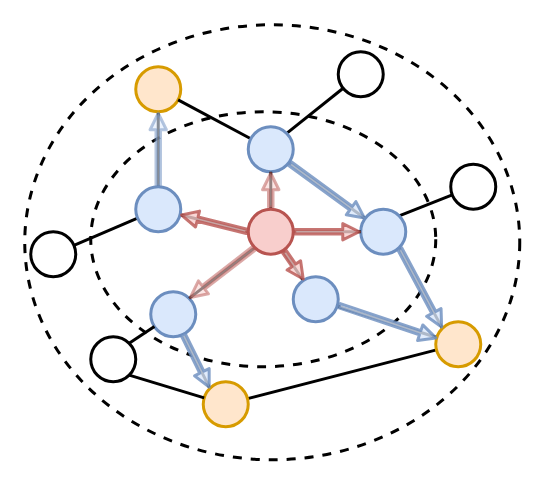
The draw.io diagram page "random_walk_sampling" (8 of 9) of attention embedding.drawio in zjtone/RL-Note, before the edit. Source tidied: cells renumbered, new cells numbered last; positions are measured from the earlier drawing's top-left corner, leaving out a move shared by most shapes. Both pictures are drawn from the tidied source at 150%, with x=0, y=0 at pixel (24, 24).
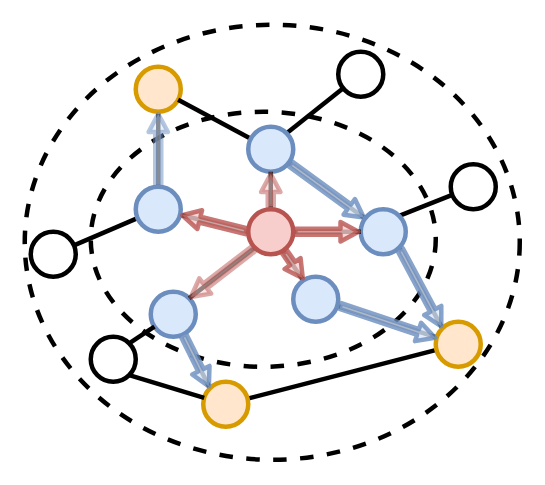
Above is the later version.

What changed in the source:
```diff
@@
-    <mxCell id="2" style="ellipse;whiteSpace=wrap;html=1;dashed=1;fillColor=none;fontStyle=0;strokeWidth=2;" parent="1" vertex="1">
+    <mxCell id="2" style="ellipse;whiteSpace=wrap;html=1;dashed=1;fillColor=none;fontStyle=0;strokeWidth=3;" parent="1" vertex="1">
       <mxGeometry width="330" height="290" as="geometry" />
     </mxCell>
-    <mxCell id="3" style="ellipse;whiteSpace=wrap;html=1;dashed=1;fillColor=none;fontStyle=0;strokeWidth=2;" parent="1" vertex="1">
+    <mxCell id="3" style="ellipse;whiteSpace=wrap;html=1;dashed=1;fillColor=none;fontStyle=0;strokeWidth=3;" parent="1" vertex="1">
       <mxGeometry x="44" y="58" width="230" height="170" as="geometry" />
     </mxCell>
-    <mxCell id="4" style="edgeStyle=none;rounded=0;jettySize=auto;html=1;endArrow=none;endFill=0;opacity=80;fontStyle=0;strokeWidth=2;" parent="1" edge="1" source="5">
+    <mxCell id="4" style="edgeStyle=none;rounded=0;jettySize=auto;html=1;endArrow=none;endFill=0;opacity=80;fontStyle=0;strokeWidth=3;" parent="1" edge="1" source="5">
       <mxGeometry relative="1" as="geometry">
         <mxPoint x="89" y="112" as="targetPoint" />
       </mxGeometry>
     </mxCell>
-    <mxCell id="5" style="ellipse;whiteSpace=wrap;html=1;fontStyle=0;strokeWidth=2;fillColor=#ffe6cc;strokeColor=#d79b00;" parent="1" vertex="1">
+    <mxCell id="5" style="ellipse;whiteSpace=wrap;html=1;fontStyle=0;strokeWidth=3;fillColor=#ffe6cc;strokeColor=#d79b00;" parent="1" vertex="1">
       <mxGeometry x="74" y="28" width="30" height="30" as="geometry" />
     </mxCell>
-    <mxCell id="6" style="edgeStyle=none;rounded=0;jettySize=auto;html=1;endArrow=none;endFill=0;fontStyle=0;strokeWidth=2;" parent="1" edge="1" source="9" target="5">
+    <mxCell id="6" style="edgeStyle=none;rounded=0;jettySize=auto;html=1;endArrow=none;endFill=0;fontStyle=0;strokeWidth=3;" parent="1" edge="1" source="9" target="5">
       <mxGeometry relative="1" as="geometry" />
     </mxCell>
-    <mxCell id="7" style="edgeStyle=none;rounded=0;jettySize=auto;html=1;endArrow=none;endFill=0;fontStyle=0;strokeWidth=2;" parent="1" edge="1" source="9" target="14">
+    <mxCell id="7" style="edgeStyle=none;rounded=0;jettySize=auto;html=1;endArrow=none;endFill=0;fontStyle=0;strokeWidth=3;" parent="1" edge="1" source="9" target="14">
       <mxGeometry relative="1" as="geometry" />
     </mxCell>
-    <mxCell id="8" style="edgeStyle=none;rounded=0;jettySize=auto;html=1;exitX=1;exitY=0;exitDx=0;exitDy=0;endArrow=none;endFill=0;fontStyle=0;strokeWidth=2;" parent="1" edge="1" source="9" target="28">
+    <mxCell id="8" style="edgeStyle=none;rounded=0;jettySize=auto;html=1;exitX=1;exitY=0;exitDx=0;exitDy=0;endArrow=none;endFill=0;fontStyle=0;strokeWidth=3;" parent="1" edge="1" source="9" target="28">
       <mxGeometry relative="1" as="geometry" />
     </mxCell>
-    <mxCell id="9" style="ellipse;whiteSpace=wrap;html=1;fontStyle=0;strokeWidth=2;fillColor=#dae8fc;strokeColor=#6c8ebf;" parent="1" vertex="1">
+    <mxCell id="9" style="ellipse;whiteSpace=wrap;html=1;fontStyle=0;strokeWidth=3;fillColor=#dae8fc;strokeColor=#6c8ebf;" parent="1" vertex="1">
       <mxGeometry x="149" y="68" width="30" height="30" as="geometry" />
     </mxCell>
-    <mxCell id="10" style="edgeStyle=none;rounded=0;jettySize=auto;html=1;entryX=0;entryY=0;entryDx=0;entryDy=0;endArrow=none;endFill=0;fontStyle=0;strokeWidth=2;" parent="1" edge="1" source="11" target="16">
+    <mxCell id="10" style="edgeStyle=none;rounded=0;jettySize=auto;html=1;entryX=0;entryY=0;entryDx=0;entryDy=0;endArrow=none;endFill=0;fontStyle=0;strokeWidth=3;" parent="1" edge="1" source="11" target="16">
       <mxGeometry relative="1" as="geometry" />
     </mxCell>
-    <mxCell id="11" style="ellipse;whiteSpace=wrap;html=1;fontStyle=0;strokeWidth=2;fillColor=#dae8fc;strokeColor=#6c8ebf;" parent="1" vertex="1">
+    <mxCell id="11" style="ellipse;whiteSpace=wrap;html=1;fontStyle=0;strokeWidth=3;fillColor=#dae8fc;strokeColor=#6c8ebf;" parent="1" vertex="1">
       <mxGeometry x="84" y="178" width="30" height="30" as="geometry" />
     </mxCell>
-    <mxCell id="12" style="edgeStyle=none;rounded=0;jettySize=auto;html=1;exitX=1;exitY=1;exitDx=0;exitDy=0;entryX=0;entryY=0;entryDx=0;entryDy=0;endArrow=none;endFill=0;fontStyle=0;strokeWidth=2;" parent="1" edge="1" source="14" target="25">
+    <mxCell id="12" style="edgeStyle=none;rounded=0;jettySize=auto;html=1;exitX=1;exitY=1;exitDx=0;exitDy=0;entryX=0;entryY=0;entryDx=0;entryDy=0;endArrow=none;endFill=0;fontStyle=0;strokeWidth=3;" parent="1" edge="1" source="14" target="25">
       <mxGeometry relative="1" as="geometry" />
     </mxCell>
-    <mxCell id="13" style="edgeStyle=none;rounded=0;jettySize=auto;html=1;exitX=1;exitY=0;exitDx=0;exitDy=0;endArrow=none;endFill=0;fontStyle=0;strokeWidth=2;" parent="1" edge="1" source="14" target="33">
+    <mxCell id="13" style="edgeStyle=none;rounded=0;jettySize=auto;html=1;exitX=1;exitY=0;exitDx=0;exitDy=0;endArrow=none;endFill=0;fontStyle=0;strokeWidth=3;" parent="1" edge="1" source="14" target="33">
       <mxGeometry relative="1" as="geometry" />
     </mxCell>
-    <mxCell id="14" style="ellipse;whiteSpace=wrap;html=1;fontStyle=0;strokeWidth=2;fillColor=#dae8fc;strokeColor=#6c8ebf;" parent="1" vertex="1">
+    <mxCell id="14" style="ellipse;whiteSpace=wrap;html=1;fontStyle=0;strokeWidth=3;fillColor=#dae8fc;strokeColor=#6c8ebf;" parent="1" vertex="1">
       <mxGeometry x="224" y="123" width="30" height="30" as="geometry" />
     </mxCell>
-    <mxCell id="15" style="edgeStyle=none;rounded=0;jettySize=auto;html=1;endArrow=none;endFill=0;fontStyle=0;strokeWidth=2;" parent="1" edge="1" source="16" target="25">
+    <mxCell id="15" style="edgeStyle=none;rounded=0;jettySize=auto;html=1;endArrow=none;endFill=0;fontStyle=0;strokeWidth=3;" parent="1" edge="1" source="16" target="25">
       <mxGeometry relative="1" as="geometry" />
     </mxCell>
-    <mxCell id="16" style="ellipse;whiteSpace=wrap;html=1;fontStyle=0;strokeWidth=2;fillColor=#ffe6cc;strokeColor=#d79b00;" parent="1" vertex="1">
+    <mxCell id="16" style="ellipse;whiteSpace=wrap;html=1;fontStyle=0;strokeWidth=3;fillColor=#ffe6cc;strokeColor=#d79b00;" parent="1" vertex="1">
       <mxGeometry x="119" y="238" width="30" height="30" as="geometry" />
     </mxCell>
-    <mxCell id="17" style="rounded=0;jettySize=auto;html=1;exitX=1;exitY=0.5;exitDx=0;exitDy=0;entryX=0;entryY=0.5;entryDx=0;entryDy=0;endArrow=none;endFill=0;fontStyle=0;strokeWidth=2;" parent="1" edge="1" source="22" target="14">
+    <mxCell id="17" style="rounded=0;jettySize=auto;html=1;exitX=1;exitY=0.5;exitDx=0;exitDy=0;entryX=0;entryY=0.5;entryDx=0;entryDy=0;endArrow=none;endFill=0;fontStyle=0;strokeWidth=3;" parent="1" edge="1" source="22" target="14">
       <mxGeometry relative="1" as="geometry" />
     </mxCell>
-    <mxCell id="18" style="edgeStyle=none;rounded=0;jettySize=auto;html=1;exitX=0.5;exitY=0;exitDx=0;exitDy=0;entryX=0.5;entryY=1;entryDx=0;entryDy=0;endArrow=none;endFill=0;opacity=80;fontStyle=0;strokeWidth=2;" parent="1" edge="1" source="22" target="9">
+    <mxCell id="18" style="edgeStyle=none;rounded=0;jettySize=auto;html=1;exitX=0.5;exitY=0;exitDx=0;exitDy=0;entryX=0.5;entryY=1;entryDx=0;entryDy=0;endArrow=none;endFill=0;opacity=80;fontStyle=0;strokeWidth=3;" parent="1" edge="1" source="22" target="9">
       <mxGeometry relative="1" as="geometry" />
     </mxCell>
-    <mxCell id="19" style="edgeStyle=none;rounded=0;jettySize=auto;html=1;endArrow=none;endFill=0;fontStyle=0;strokeWidth=2;" parent="1" edge="1" source="22" target="24">
+    <mxCell id="19" style="edgeStyle=none;rounded=0;jettySize=auto;html=1;endArrow=none;endFill=0;fontStyle=0;strokeWidth=3;" parent="1" edge="1" source="22" target="24">
       <mxGeometry relative="1" as="geometry" />
     </mxCell>
-    <mxCell id="20" style="edgeStyle=none;rounded=0;jettySize=auto;html=1;exitX=0;exitY=1;exitDx=0;exitDy=0;entryX=1;entryY=0;entryDx=0;entryDy=0;endArrow=none;endFill=0;opacity=80;fontStyle=0;strokeWidth=2;" parent="1" edge="1" source="22" target="11">
+    <mxCell id="20" style="edgeStyle=none;rounded=0;jettySize=auto;html=1;exitX=0;exitY=1;exitDx=0;exitDy=0;entryX=1;entryY=0;entryDx=0;entryDy=0;endArrow=none;endFill=0;opacity=80;fontStyle=0;strokeWidth=3;" parent="1" edge="1" source="22" target="11">
       <mxGeometry relative="1" as="geometry" />
     </mxCell>
-    <mxCell id="21" style="edgeStyle=none;rounded=0;jettySize=auto;html=1;endArrow=none;endFill=0;exitX=0;exitY=0.5;exitDx=0;exitDy=0;fontStyle=0;strokeWidth=2;" parent="1" edge="1" source="22" target="27">
+    <mxCell id="21" style="edgeStyle=none;rounded=0;jettySize=auto;html=1;endArrow=none;endFill=0;exitX=0;exitY=0.5;exitDx=0;exitDy=0;fontStyle=0;strokeWidth=3;" parent="1" edge="1" source="22" target="27">
       <mxGeometry relative="1" as="geometry" />
     </mxCell>
-    <mxCell id="22" style="ellipse;whiteSpace=wrap;html=1;fillColor=#f8cecc;strokeColor=#b85450;fontStyle=0;strokeWidth=2;" parent="1" vertex="1">
+    <mxCell id="22" style="ellipse;whiteSpace=wrap;html=1;fillColor=#f8cecc;strokeColor=#b85450;fontStyle=0;strokeWidth=3;" parent="1" vertex="1">
       <mxGeometry x="149" y="123" width="30" height="30" as="geometry" />
     </mxCell>
-    <mxCell id="23" style="edgeStyle=none;rounded=0;jettySize=auto;html=1;endArrow=none;endFill=0;fontStyle=0;strokeWidth=2;" parent="1" edge="1" source="24" target="25">
+    <mxCell id="23" style="edgeStyle=none;rounded=0;jettySize=auto;html=1;endArrow=none;endFill=0;fontStyle=0;strokeWidth=3;" parent="1" edge="1" source="24" target="25">
       <mxGeometry relative="1" as="geometry" />
     </mxCell>
-    <mxCell id="24" style="ellipse;whiteSpace=wrap;html=1;fontStyle=0;strokeWidth=2;fillColor=#dae8fc;strokeColor=#6c8ebf;" parent="1" vertex="1">
+    <mxCell id="24" style="ellipse;whiteSpace=wrap;html=1;fontStyle=0;strokeWidth=3;fillColor=#dae8fc;strokeColor=#6c8ebf;" parent="1" vertex="1">
       <mxGeometry x="179" y="168" width="30" height="30" as="geometry" />
     </mxCell>
-    <mxCell id="25" style="ellipse;whiteSpace=wrap;html=1;fontStyle=0;strokeWidth=2;fillColor=#ffe6cc;strokeColor=#d79b00;" parent="1" vertex="1">
+    <mxCell id="25" style="ellipse;whiteSpace=wrap;html=1;fontStyle=0;strokeWidth=3;fillColor=#ffe6cc;strokeColor=#d79b00;" parent="1" vertex="1">
       <mxGeometry x="274" y="198" width="30" height="30" as="geometry" />
     </mxCell>
-    <mxCell id="26" style="edgeStyle=none;rounded=0;jettySize=auto;html=1;endArrow=none;endFill=0;fontStyle=0;strokeWidth=2;" parent="1" edge="1" source="27" target="29">
+    <mxCell id="26" style="edgeStyle=none;rounded=0;jettySize=auto;html=1;endArrow=none;endFill=0;fontStyle=0;strokeWidth=3;" parent="1" edge="1" source="27" target="29">
       <mxGeometry relative="1" as="geometry" />
     </mxCell>
-    <mxCell id="27" style="ellipse;whiteSpace=wrap;html=1;fontStyle=0;strokeWidth=2;fillColor=#dae8fc;strokeColor=#6c8ebf;" parent="1" vertex="1">
+    <mxCell id="27" style="ellipse;whiteSpace=wrap;html=1;fontStyle=0;strokeWidth=3;fillColor=#dae8fc;strokeColor=#6c8ebf;" parent="1" vertex="1">
       <mxGeometry x="74" y="108" width="30" height="30" as="geometry" />
     </mxCell>
-    <mxCell id="28" style="ellipse;whiteSpace=wrap;html=1;fontStyle=0;strokeWidth=2;" parent="1" vertex="1">
+    <mxCell id="28" style="ellipse;whiteSpace=wrap;html=1;fontStyle=0;strokeWidth=3;" parent="1" vertex="1">
       <mxGeometry x="209" y="18" width="30" height="30" as="geometry" />
     </mxCell>
-    <mxCell id="29" style="ellipse;whiteSpace=wrap;html=1;fontStyle=0;strokeWidth=2;" parent="1" vertex="1">
+    <mxCell id="29" style="ellipse;whiteSpace=wrap;html=1;fontStyle=0;strokeWidth=3;" parent="1" vertex="1">
       <mxGeometry x="4" y="138" width="30" height="30" as="geometry" />
     </mxCell>
-    <mxCell id="30" style="edgeStyle=none;rounded=0;jettySize=auto;html=1;exitX=1;exitY=0;exitDx=0;exitDy=0;endArrow=none;endFill=0;fontStyle=0;strokeWidth=2;" parent="1" edge="1" source="32" target="11">
+    <mxCell id="30" style="edgeStyle=none;rounded=0;jettySize=auto;html=1;exitX=1;exitY=0;exitDx=0;exitDy=0;endArrow=none;endFill=0;fontStyle=0;strokeWidth=3;" parent="1" edge="1" source="32" target="11">
       <mxGeometry relative="1" as="geometry" />
     </mxCell>
-    <mxCell id="31" style="edgeStyle=none;rounded=0;jettySize=auto;html=1;exitX=1;exitY=1;exitDx=0;exitDy=0;endArrow=none;endFill=0;fontStyle=0;strokeWidth=2;" parent="1" edge="1" source="32" target="16">
+    <mxCell id="31" style="edgeStyle=none;rounded=0;jettySize=auto;html=1;exitX=1;exitY=1;exitDx=0;exitDy=0;endArrow=none;endFill=0;fontStyle=0;strokeWidth=3;" parent="1" edge="1" source="32" target="16">
       <mxGeometry relative="1" as="geometry" />
     </mxCell>
-    <mxCell id="32" style="ellipse;whiteSpace=wrap;html=1;fontStyle=0;strokeWidth=2;" parent="1" vertex="1">
+    <mxCell id="32" style="ellipse;whiteSpace=wrap;html=1;fontStyle=0;strokeWidth=3;" parent="1" vertex="1">
       <mxGeometry x="44" y="208" width="30" height="30" as="geometry" />
     </mxCell>
-    <mxCell id="33" style="ellipse;whiteSpace=wrap;html=1;fontStyle=0;strokeWidth=2;" parent="1" vertex="1">
+    <mxCell id="33" style="ellipse;whiteSpace=wrap;html=1;fontStyle=0;strokeWidth=3;" parent="1" vertex="1">
       <mxGeometry x="284" y="93" width="30" height="30" as="geometry" />
     </mxCell>
-    <mxCell id="34" style="shape=flexArrow;endArrow=classic;html=1;fillColor=#f8cecc;strokeColor=#b85450;opacity=80;strokeWidth=2;width=2;endSize=3;startSize=6;endWidth=5.906040268456375;entryX=0;entryY=0.5;entryDx=0;entryDy=0;fontStyle=0;" parent="1" edge="1" target="14">
+    <mxCell id="34" style="shape=flexArrow;endArrow=classic;html=1;fillColor=#f8cecc;strokeColor=#b85450;opacity=80;strokeWidth=3;width=2;endSize=3;startSize=6;endWidth=5.906040268456375;entryX=0;entryY=0.5;entryDx=0;entryDy=0;fontStyle=0;" parent="1" edge="1" target="14">
       <mxGeometry relative="1" as="geometry">
         <mxPoint x="179" y="138" as="sourcePoint" />
       </mxGeometry>
     </mxCell>
-    <mxCell id="35" style="shape=flexArrow;endArrow=classic;html=1;fillColor=#f8cecc;strokeColor=#b85450;opacity=50;strokeWidth=2;width=2;endSize=3;startSize=6;endWidth=5.906040268456375;fontStyle=0;" parent="1" edge="1">
+    <mxCell id="35" style="shape=flexArrow;endArrow=classic;html=1;fillColor=#f8cecc;strokeColor=#b85450;opacity=50;strokeWidth=3;width=2;endSize=3;startSize=6;endWidth=5.906040268456375;fontStyle=0;" parent="1" edge="1">
       <mxGeometry relative="1" as="geometry">
         <mxPoint x="164" y="122.5" as="sourcePoint" />
         <mxPoint x="164" y="98" as="targetPoint" />
       </mxGeometry>
     </mxCell>
-    <mxCell id="36" style="shape=flexArrow;endArrow=classic;html=1;fillColor=#f8cecc;strokeColor=#b85450;opacity=80;strokeWidth=2;width=2;endSize=3;startSize=6;endWidth=5.906040268456375;entryX=0.272;entryY=0.077;entryDx=0;entryDy=0;entryPerimeter=0;fontStyle=0;" parent="1" edge="1" source="22">
+    <mxCell id="36" style="shape=flexArrow;endArrow=classic;html=1;fillColor=#f8cecc;strokeColor=#b85450;opacity=80;strokeWidth=3;width=2;endSize=3;startSize=6;endWidth=5.906040268456375;entryX=0.272;entryY=0.077;entryDx=0;entryDy=0;entryPerimeter=0;fontStyle=0;" parent="1" edge="1" source="22">
       <mxGeometry relative="1" as="geometry">
         <mxPoint x="186.2" y="170.3" as="targetPoint" />
       </mxGeometry>
     </mxCell>
-    <mxCell id="37" style="shape=flexArrow;endArrow=classic;html=1;fillColor=#f8cecc;strokeColor=#b85450;opacity=80;strokeWidth=2;width=2;endSize=3;startSize=6;endWidth=5.906040268456375;fontStyle=0;" parent="1" edge="1" target="27">
+    <mxCell id="37" style="shape=flexArrow;endArrow=classic;html=1;fillColor=#f8cecc;strokeColor=#b85450;opacity=80;strokeWidth=3;width=2;endSize=3;startSize=6;endWidth=5.906040268456375;fontStyle=0;" parent="1" edge="1" target="27">
       <mxGeometry relative="1" as="geometry">
         <mxPoint x="149" y="138" as="sourcePoint" />
       </mxGeometry>
     </mxCell>
-    <mxCell id="38" style="shape=flexArrow;endArrow=classic;html=1;fillColor=#f8cecc;strokeColor=#b85450;opacity=50;strokeWidth=2;width=2;endSize=3;startSize=6;endWidth=5.906040268456375;entryX=1;entryY=0;entryDx=0;entryDy=0;exitX=0;exitY=1;exitDx=0;exitDy=0;fontStyle=0;" parent="1" edge="1" source="22" target="11">
+    <mxCell id="38" style="shape=flexArrow;endArrow=classic;html=1;fillColor=#f8cecc;strokeColor=#b85450;opacity=50;strokeWidth=3;width=2;endSize=3;startSize=6;endWidth=5.906040268456375;entryX=1;entryY=0;entryDx=0;entryDy=0;exitX=0;exitY=1;exitDx=0;exitDy=0;fontStyle=0;" parent="1" edge="1" source="22" target="11">
       <mxGeometry relative="1" as="geometry" />
     </mxCell>
-    <mxCell id="39" style="shape=flexArrow;endArrow=classic;html=1;fillColor=#dae8fc;strokeColor=#6c8ebf;opacity=80;strokeWidth=2;width=2;endSize=3;startSize=6;endWidth=5.906040268456375;entryX=0;entryY=0;entryDx=0;entryDy=0;fontStyle=0;exitX=1;exitY=1;exitDx=0;exitDy=0;" parent="1" edge="1" source="14" target="25">
+    <mxCell id="39" style="shape=flexArrow;endArrow=classic;html=1;fillColor=#dae8fc;strokeColor=#6c8ebf;opacity=80;strokeWidth=3;width=2;endSize=3;startSize=6;endWidth=5.906040268456375;entryX=0;entryY=0;entryDx=0;entryDy=0;fontStyle=0;exitX=1;exitY=1;exitDx=0;exitDy=0;" parent="1" edge="1" source="14" target="25">
       <mxGeometry relative="1" as="geometry" />
     </mxCell>
-    <mxCell id="40" style="shape=flexArrow;endArrow=classic;html=1;fillColor=#dae8fc;strokeColor=#6c8ebf;opacity=80;strokeWidth=2;width=2;endSize=3;startSize=6;endWidth=5.906040268456375;entryX=0.035;entryY=0.303;entryDx=0;entryDy=0;entryPerimeter=0;fontStyle=0;" parent="1" edge="1">
+    <mxCell id="40" style="shape=flexArrow;endArrow=classic;html=1;fillColor=#dae8fc;strokeColor=#6c8ebf;opacity=80;strokeWidth=3;width=2;endSize=3;startSize=6;endWidth=5.906040268456375;entryX=0.035;entryY=0.303;entryDx=0;entryDy=0;entryPerimeter=0;fontStyle=0;" parent="1" edge="1">
       <mxGeometry relative="1" as="geometry">
         <mxPoint x="209" y="187" as="sourcePoint" />
         <mxPoint x="275" y="209.1" as="targetPoint" />
       </mxGeometry>
     </mxCell>
-    <mxCell id="41" style="shape=flexArrow;endArrow=classic;html=1;fillColor=#dae8fc;strokeColor=#6c8ebf;opacity=80;strokeWidth=2;width=2;endSize=3;startSize=6;endWidth=5.906040268456375;entryX=0.108;entryY=0.212;entryDx=0;entryDy=0;entryPerimeter=0;fontStyle=0;" parent="1" edge="1" target="14">
+    <mxCell id="41" style="shape=flexArrow;endArrow=classic;html=1;fillColor=#dae8fc;strokeColor=#6c8ebf;opacity=80;strokeWidth=3;width=2;endSize=3;startSize=6;endWidth=5.906040268456375;entryX=0.108;entryY=0.212;entryDx=0;entryDy=0;entryPerimeter=0;fontStyle=0;" parent="1" edge="1" target="14">
       <mxGeometry relative="1" as="geometry">
         <mxPoint x="176" y="92" as="sourcePoint" />
       </mxGeometry>
     </mxCell>
-    <mxCell id="42" style="shape=flexArrow;endArrow=classic;html=1;fillColor=#dae8fc;strokeColor=#6c8ebf;opacity=50;strokeWidth=2;width=2;endSize=3;startSize=6;endWidth=5.906040268456375;entryX=0.5;entryY=1;entryDx=0;entryDy=0;exitX=0.5;exitY=0;exitDx=0;exitDy=0;fontStyle=0;" parent="1" edge="1" source="27" target="5">
+    <mxCell id="42" style="shape=flexArrow;endArrow=classic;html=1;fillColor=#dae8fc;strokeColor=#6c8ebf;opacity=50;strokeWidth=3;width=2;endSize=3;startSize=6;endWidth=5.906040268456375;entryX=0.5;entryY=1;entryDx=0;entryDy=0;exitX=0.5;exitY=0;exitDx=0;exitDy=0;fontStyle=0;" parent="1" edge="1" source="27" target="5">
       <mxGeometry relative="1" as="geometry" />
     </mxCell>
-    <mxCell id="43" style="shape=flexArrow;endArrow=classic;html=1;fillColor=#dae8fc;strokeColor=#6c8ebf;opacity=80;strokeWidth=2;width=2;endSize=3;startSize=6;endWidth=5.906040268456375;entryX=0;entryY=0;entryDx=0;entryDy=0;fontStyle=0;exitX=0.707;exitY=0.923;exitDx=0;exitDy=0;exitPerimeter=0;" parent="1" edge="1" source="11" target="16">
+    <mxCell id="43" style="shape=flexArrow;endArrow=classic;html=1;fillColor=#dae8fc;strokeColor=#6c8ebf;opacity=80;strokeWidth=3;width=2;endSize=3;startSize=6;endWidth=5.906040268456375;entryX=0;entryY=0;entryDx=0;entryDy=0;fontStyle=0;exitX=0.707;exitY=0.923;exitDx=0;exitDy=0;exitPerimeter=0;" parent="1" edge="1" source="11" target="16">
       <mxGeometry relative="1" as="geometry" />
     </mxCell>
```
